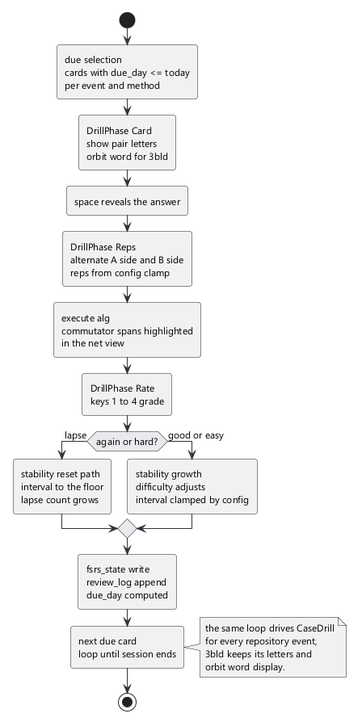
Earlier version of the PlantUML export docs/diagrams/07-drill-flow.png (lavantien/blind-trainer).
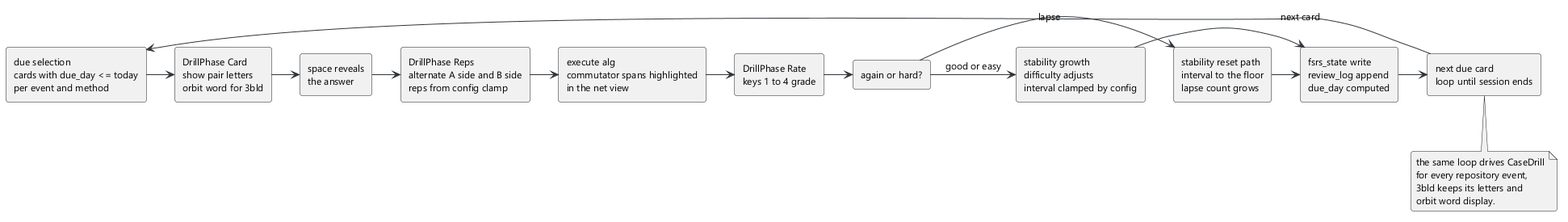
The same diagram one commit later.

The edit, as a diff of the source:
```diff
@@ -4,27 +4,34 @@
 skinparam defaultFontSize 12
 skinparam roundCorner 6
 skinparam ArrowColor #2f3439
-skinparam ActivityDiamondBackgroundColor #e8eaed
 skinparam NoteBackgroundColor #f4f5f6
-start
-:due selection\ncards with due_day <= today\nper event and method;
-:DrillPhase Card\nshow pair letters\norbit word for 3bld;
-:space reveals the answer;
-:DrillPhase Reps\nalternate A side and B side\nreps from config clamp;
-:execute alg\ncommutator spans highlighted\nin the net view;
-:DrillPhase Rate\nkeys 1 to 4 grade;
-if (again or hard?) then (lapse)
-  :stability reset path\ninterval to the floor\nlapse count grows;
-else (good or easy)
-  :stability growth\ndifficulty adjusts\ninterval clamped by config;
-endif
-:fsrs_state write\nreview_log append\ndue_day computed;
-:next due card\nloop until session ends;
-note right
+rectangle "due selection\ncards with due_day <= today\nper event and method" as due
+rectangle "DrillPhase Card\nshow pair letters\norbit word for 3bld" as card
+rectangle "space reveals\nthe answer" as reveal
+rectangle "DrillPhase Reps\nalternate A side and B side\nreps from config clamp" as reps
+rectangle "execute alg\ncommutator spans highlighted\nin the net view" as execute
+rectangle "DrillPhase Rate\nkeys 1 to 4 grade" as rate
+rectangle "again or hard?" as grade
+rectangle "stability reset path\ninterval to the floor\nlapse count grows" as reset
+rectangle "stability growth\ndifficulty adjusts\ninterval clamped by config" as growth
+rectangle "fsrs_state write\nreview_log append\ndue_day computed" as write
+rectangle "next due card\nloop until session ends" as next
+due -> card
+card -> reveal
+reveal -> reps
+reps -> execute
+execute -> rate
+rate -> grade
+grade -> reset : lapse
+grade -> growth : good or easy
+reset -> write
+growth -> write
+write -> next
+next -> due : next card
+note bottom of next
   the same loop drives CaseDrill
   for every repository event,
   3bld keeps its letters and
   orbit word display.
 end note
-stop
 @enduml
```
